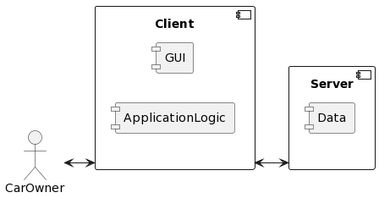
The PlantUML diagram DD/ClientServereMSP.png in febagni/AzankBagniWolff, before a commit. Its diagram source:
```plantuml
@startuml
skinparam componentStyle uml1
left to right direction

actor CarOwner

component Client{
  component "GUI" {
  }
  component "ApplicationLogic"{
  }
}

component Server {
  component "Data" {
  }

}

Client <-down-> Server
CarOwner <-down-> Client
@enduml
```
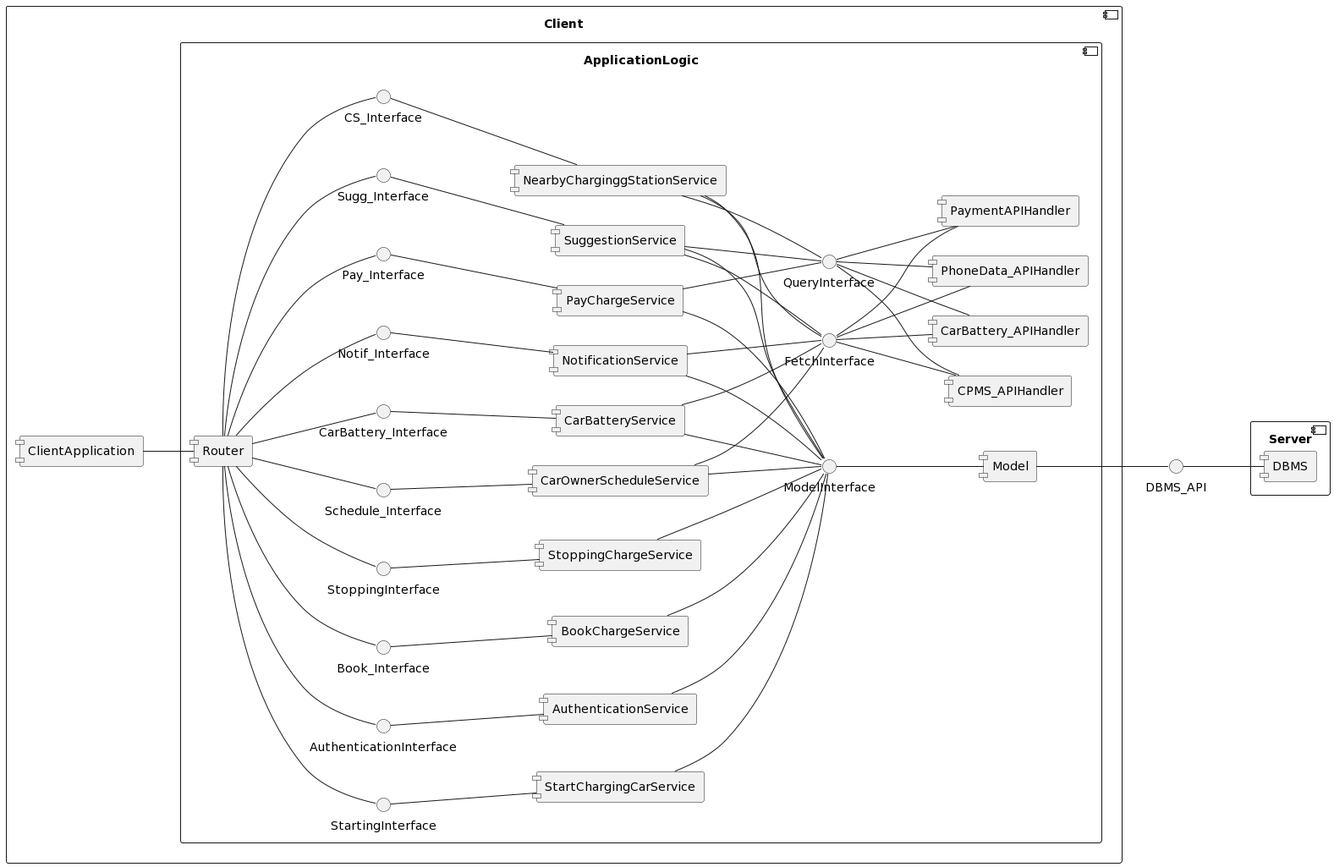
After the change.

Change to the diagram source:
```diff
@@ -2,21 +2,114 @@
 skinparam componentStyle uml1
 left to right direction
 
-actor CarOwner
 
 component Client{
-  component "GUI" {
+  component "ClientApplication" {
   }
-  component "ApplicationLogic"{
+
+
+
+component "ApplicationLogic"{
+component "Router" as R
+component "AuthenticationService"
+component "Model"
+
+component "NearbyCharginggStationService"
+component "PayChargeService"
+component "BookChargeService"
+component "NotificationService"
+component "StoppingChargeService"
+component "StartChargingCarService"
+component "SuggestionService"
+component "CarBatteryService"
+component "CarOwnerScheduleService"
+
+component "PaymentAPIHandler"
+component "CPMS_APIHandler"
+component "CarBattery_APIHandler"
+component "PhoneData_APIHandler"
+
+() "AuthenticationInterface"
+() "ModelInterface"
+() "FetchInterface"
+() "QueryInterface"
+()"CS_Interface"
+()"Pay_Interface"
+()"Book_Interface"
+()"Notif_Interface"
+()"StoppingInterface"
+()"StartingInterface"
+() "Sugg_Interface"
+() "CarBattery_Interface"
+() "Schedule_Interface"
+
   }
 }
 
+
 component Server {
-  component "Data" {
+component "DBMS" as DB {
   }
 
 }
 
-Client <-down-> Server
-CarOwner <-down-> Client
+ClientApplication -down- R
+R -down- "AuthenticationInterface"
+
+
+"AuthenticationService" -up- "AuthenticationInterface"
+"AuthenticationService" -- "ModelInterface"
+"ModelInterface" -- "Model"
+"Model" -- "DBMS_API"
+"DBMS_API" -- DB
+
+"NearbyCharginggStationService"-up-"CS_Interface"
+"PayChargeService"-up-"Pay_Interface"
+"BookChargeService"-up-"Book_Interface"
+"NotificationService"-up-"Notif_Interface"
+"StoppingChargeService"-up-"StoppingInterface"
+"StartChargingCarService"-up-"StartingInterface"
+"SuggestionService"-up-"Sugg_Interface"
+"CarBatteryService"-up-"CarBattery_Interface"
+"CarOwnerScheduleService"-up-"Schedule_Interface"
+
+R -down- "CS_Interface"
+R -down- "Pay_Interface"
+R -down- "Book_Interface"
+R -down- "Notif_Interface"
+R -down- "StoppingInterface"
+R -down- "StartingInterface"
+R -down- "Sugg_Interface"
+R -down- "CarBattery_Interface"
+R -down- "Schedule_Interface"
+
+"NearbyCharginggStationService" -- "ModelInterface"
+"PayChargeService" -- "ModelInterface"
+"BookChargeService" -- "ModelInterface"
+"NotificationService" -- "ModelInterface"
+"StoppingChargeService" -- "ModelInterface"
+"StartChargingCarService" -- "ModelInterface"
+"SuggestionService" -- "ModelInterface"
+"CarBatteryService" -- "ModelInterface"
+"CarOwnerScheduleService" -- "ModelInterface"
+
+
+"FetchInterface" -- "PaymentAPIHandler"
+"FetchInterface" --"CarBattery_APIHandler"
+"FetchInterface" --"PhoneData_APIHandler"
+"FetchInterface" --"CPMS_APIHandler"
+
+"QueryInterface" -- "PaymentAPIHandler"
+"QueryInterface" --"CarBattery_APIHandler"
+"QueryInterface" --"PhoneData_APIHandler"
+"QueryInterface" --"CPMS_APIHandler"
+
+"NearbyCharginggStationService" -- "FetchInterface"
+"NearbyCharginggStationService" -- "QueryInterface"
+"SuggestionService" -- "FetchInterface"
+"NotificationService" -- "FetchInterface"
+"SuggestionService" -- "QueryInterface"
+"PayChargeService" -- "QueryInterface"
+"CarOwnerScheduleService" -- "FetchInterface"
+"CarBatteryService" -- "FetchInterface"
 @enduml
```
